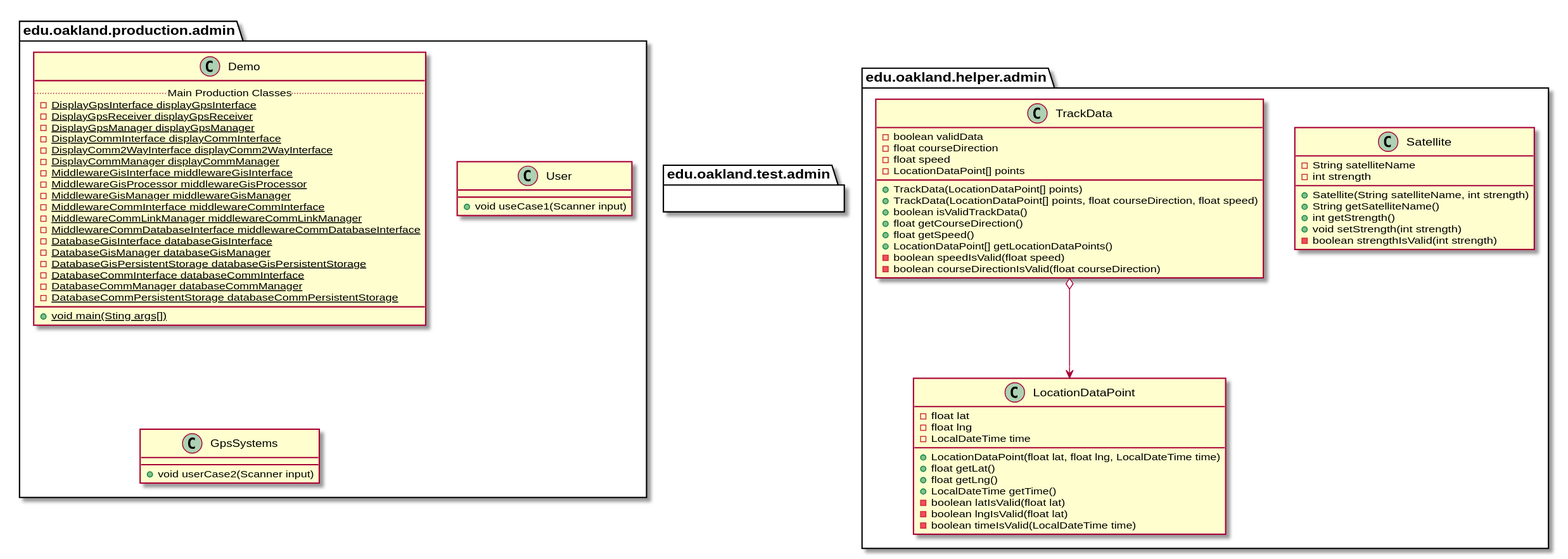
Before: docs/uml-class-diagrams/admin/AdminPackages_InternalDependencies.svg, a diagram exported from PlantUML (andrewdimmer/csi-3370-software-project).
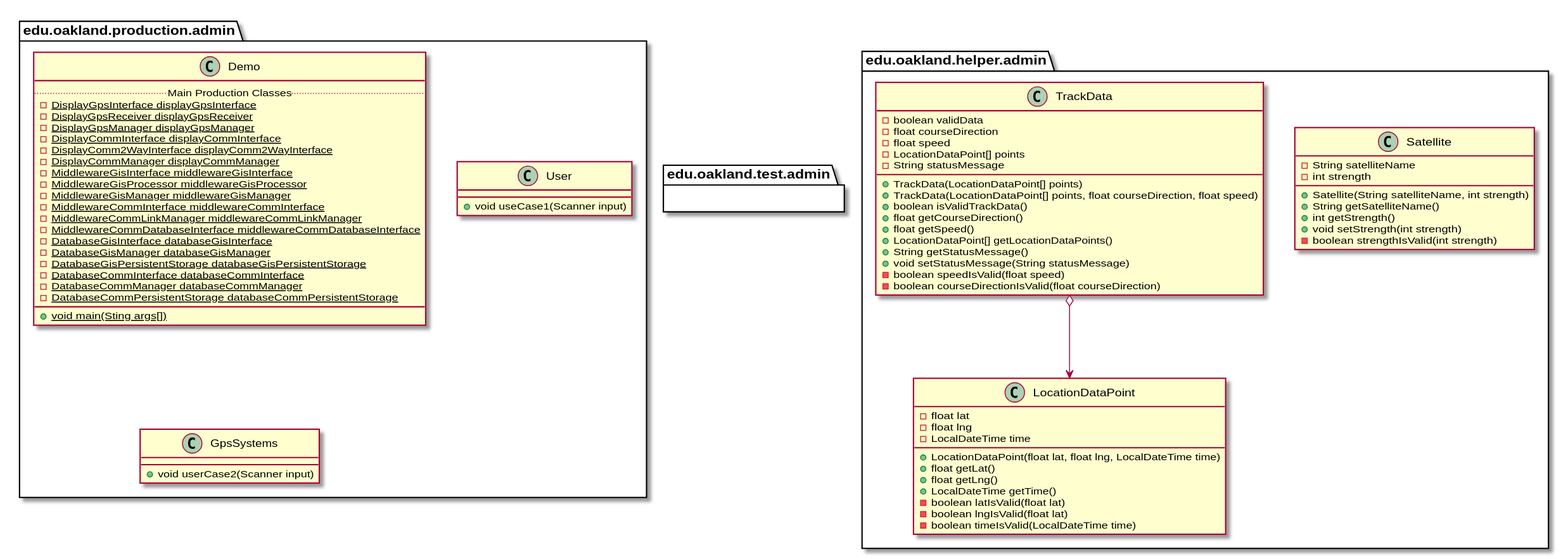
The same diagram one commit later.

What changed in the source:
```diff
@@ -96,12 +96,15 @@
         - float courseDirection
         - float speed
         - LocationDataPoint[] points
+        - String statusMessage
         + TrackData(LocationDataPoint[] points)
         + TrackData(LocationDataPoint[] points, float courseDirection, float speed)
         + boolean isValidTrackData()
         + float getCourseDirection()
         + float getSpeed()
         + LocationDataPoint[] getLocationDataPoints()
+        + String getStatusMessage()
+        + void setStatusMessage(String statusMessage)
         - boolean speedIsValid(float speed)
         - boolean courseDirectionIsValid(float courseDirection)
     }
```
